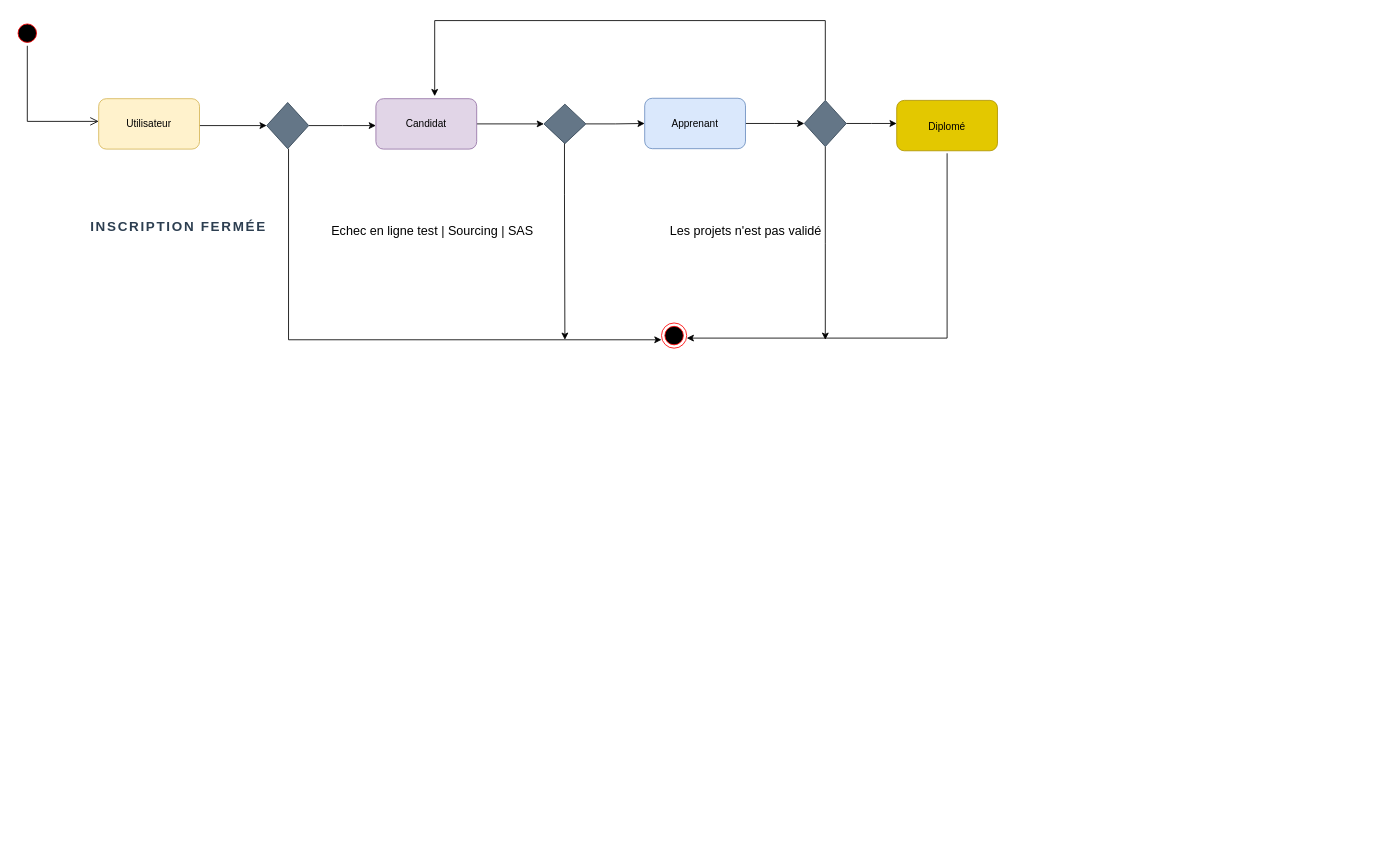
This is etat_transition/Digramme_etat_transition.drawio from devx-none/Youcode_system_UML, a draw.io file, before an edit. Source tidied: cells renumbered, new cells numbered last; positions are measured from the earlier drawing's top-left corner, leaving out a move shared by most shapes. Both pictures are drawn from the tidied source at 84%, with x=0, y=0 at pixel (14, 20).
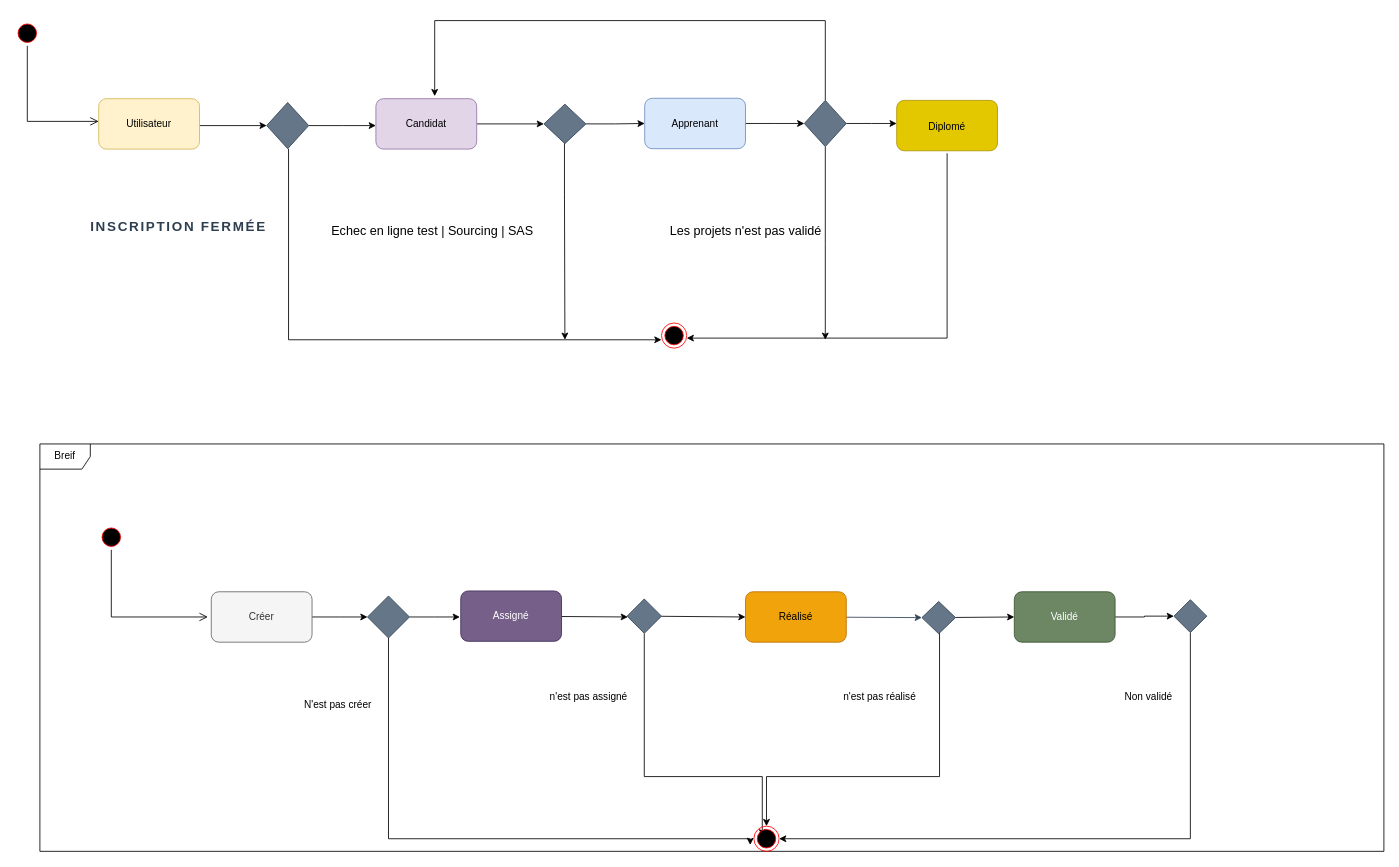
After the change.

Commit message (it also covers changes not shown here):
update etat transition

Diff of the diagram source:
```diff
@@
+    <mxCell id="26" value="Breif" style="shape=umlFrame;whiteSpace=wrap;html=1;" parent="1" vertex="1">
+      <mxGeometry x="30" y="504" width="1600" height="485" as="geometry" />
+    </mxCell>
+    <mxCell id="27" style="ellipse;html=1;shape=startState;fillColor=#000000;strokeColor=#ff0000;" parent="1" vertex="1">
+      <mxGeometry x="100" y="600" width="30" height="30" as="geometry" />
+    </mxCell>
+    <mxCell id="28" style="edgeStyle=orthogonalEdgeStyle;html=1;verticalAlign=bottom;endArrow=open;endSize=8;strokeColor=#000000;rounded=0;" parent="1" edge="1" source="27">
+      <mxGeometry relative="1" as="geometry">
+        <mxPoint x="230" y="710" as="targetPoint" />
+        <Array as="points">
+          <mxPoint x="115" y="710" />
+        </Array>
+      </mxGeometry>
+    </mxCell>
+    <mxCell id="29" style="edgeStyle=orthogonalEdgeStyle;rounded=0;jettySize=auto;html=1;strokeColor=#000000;" parent="1" edge="1" source="30">
+      <mxGeometry relative="1" as="geometry">
+        <mxPoint x="420" y="710" as="targetPoint" />
+      </mxGeometry>
+    </mxCell>
+    <mxCell id="30" value="Créer" style="rounded=1;whiteSpace=wrap;html=1;fillColor=#f5f5f5;fontColor=#333333;strokeColor=#666666;" parent="1" vertex="1">
+      <mxGeometry x="234" y="680" width="120" height="60" as="geometry" />
+    </mxCell>
+    <mxCell id="31" style="edgeStyle=orthogonalEdgeStyle;rounded=0;jettySize=auto;html=1;strokeColor=#000000;" parent="1" edge="1" source="33">
+      <mxGeometry relative="1" as="geometry">
+        <mxPoint x="530" y="710" as="targetPoint" />
+      </mxGeometry>
+    </mxCell>
+    <mxCell id="32" style="edgeStyle=orthogonalEdgeStyle;rounded=0;jettySize=auto;html=1;strokeColor=#000000;entryX=-0.147;entryY=0.747;entryDx=0;entryDy=0;entryPerimeter=0;" parent="1" edge="1" source="33" target="46">
+      <mxGeometry relative="1" as="geometry">
+        <Array as="points">
+          <mxPoint x="445" y="974" />
+          <mxPoint x="876" y="974" />
+        </Array>
+      </mxGeometry>
+    </mxCell>
+    <mxCell id="33" style="rhombus;whiteSpace=wrap;html=1;fillColor=#647687;fontColor=#ffffff;strokeColor=#314354;" parent="1" vertex="1">
+      <mxGeometry x="420" y="685" width="50" height="50" as="geometry" />
+    </mxCell>
+    <mxCell id="34" style="edgeStyle=none;rounded=0;jettySize=auto;html=1;strokeColor=#000000;" parent="1" edge="1" source="35">
+      <mxGeometry relative="1" as="geometry">
+        <mxPoint x="730" y="710" as="targetPoint" />
+      </mxGeometry>
+    </mxCell>
+    <mxCell id="35" value="Assigné" style="rounded=1;whiteSpace=wrap;html=1;fillColor=#76608a;fontColor=#ffffff;strokeColor=#432D57;" parent="1" vertex="1">
+      <mxGeometry x="531" y="679" width="120" height="60" as="geometry" />
+    </mxCell>
+    <mxCell id="36" style="edgeStyle=none;rounded=0;jettySize=auto;html=1;entryX=0;entryY=0.5;entryDx=0;entryDy=0;strokeColor=#000000;" parent="1" edge="1" source="38" target="40">
+      <mxGeometry relative="1" as="geometry" />
+    </mxCell>
+    <mxCell id="37" style="edgeStyle=orthogonalEdgeStyle;rounded=0;jettySize=auto;html=1;entryX=0.333;entryY=0.407;entryDx=0;entryDy=0;strokeColor=#000000;exitX=0.5;exitY=1;exitDx=0;exitDy=0;entryPerimeter=0;" parent="1" edge="1" source="38" target="46">
+      <mxGeometry relative="1" as="geometry">
+        <Array as="points">
+          <mxPoint x="750" y="900" />
+          <mxPoint x="890" y="900" />
+        </Array>
+      </mxGeometry>
+    </mxCell>
+    <mxCell id="38" style="rhombus;whiteSpace=wrap;html=1;fillColor=#647687;fontColor=#ffffff;strokeColor=#314354;" parent="1" vertex="1">
+      <mxGeometry x="729" y="688.5" width="41" height="41" as="geometry" />
+    </mxCell>
+    <mxCell id="39" style="edgeStyle=none;rounded=0;jettySize=auto;html=1;entryX=0;entryY=0.5;entryDx=0;entryDy=0;strokeColor=#314354;fillColor=#647687;" parent="1" edge="1" source="40" target="43">
+      <mxGeometry relative="1" as="geometry" />
+    </mxCell>
+    <mxCell id="40" value="Réalisé" style="rounded=1;whiteSpace=wrap;html=1;fillColor=#f0a30a;fontColor=#000000;strokeColor=#BD7000;" parent="1" vertex="1">
+      <mxGeometry x="870" y="680" width="120" height="60" as="geometry" />
+    </mxCell>
+    <mxCell id="41" style="edgeStyle=none;rounded=0;jettySize=auto;html=1;entryX=0;entryY=0.5;entryDx=0;entryDy=0;strokeColor=#000000;" parent="1" edge="1" source="43" target="45">
+      <mxGeometry relative="1" as="geometry" />
+    </mxCell>
+    <mxCell id="42" style="edgeStyle=orthogonalEdgeStyle;rounded=0;jettySize=auto;html=1;entryX=0.5;entryY=0;entryDx=0;entryDy=0;strokeColor=#000000;" parent="1" edge="1" target="46">
+      <mxGeometry relative="1" as="geometry">
+        <mxPoint x="1101" y="728.1" as="sourcePoint" />
+        <Array as="points">
+          <mxPoint x="1101" y="900" />
+          <mxPoint x="895" y="900" />
+        </Array>
+      </mxGeometry>
+    </mxCell>
+    <mxCell id="43" style="rhombus;whiteSpace=wrap;html=1;fillColor=#647687;fontColor=#ffffff;strokeColor=#314354;" parent="1" vertex="1">
+      <mxGeometry x="1080" y="691.5" width="40" height="38.5" as="geometry" />
+    </mxCell>
+    <mxCell id="44" style="edgeStyle=orthogonalEdgeStyle;rounded=0;jettySize=auto;html=1;strokeColor=#000000;" parent="1" edge="1" source="45" target="51">
+      <mxGeometry relative="1" as="geometry" />
+    </mxCell>
+    <mxCell id="45" value="Validé" style="rounded=1;whiteSpace=wrap;html=1;fillColor=#6d8764;fontColor=#ffffff;strokeColor=#3A5431;" parent="1" vertex="1">
+      <mxGeometry x="1190" y="680" width="120" height="60" as="geometry" />
+    </mxCell>
+    <mxCell id="46" style="ellipse;html=1;shape=endState;fillColor=#000000;strokeColor=#ff0000;" parent="1" vertex="1">
+      <mxGeometry x="880" y="959" width="30" height="30" as="geometry" />
+    </mxCell>
+    <mxCell id="47" value="N'est pas créer" style="text;html=1;strokeColor=none;fillColor=none;align=center;verticalAlign=middle;whiteSpace=wrap;rounded=0;" parent="1" vertex="1">
+      <mxGeometry x="340" y="800" width="90" height="30" as="geometry" />
+    </mxCell>
+    <mxCell id="48" value="n'est pas assigné" style="text;html=1;strokeColor=none;fillColor=none;align=center;verticalAlign=middle;whiteSpace=wrap;rounded=0;" parent="1" vertex="1">
+      <mxGeometry x="627" y="790" width="113" height="30" as="geometry" />
+    </mxCell>
+    <mxCell id="49" value="n'est pas réalisé" style="text;html=1;strokeColor=none;fillColor=none;align=center;verticalAlign=middle;whiteSpace=wrap;rounded=0;" parent="1" vertex="1">
+      <mxGeometry x="980" y="790" width="100" height="30" as="geometry" />
+    </mxCell>
+    <mxCell id="50" style="edgeStyle=orthogonalEdgeStyle;rounded=0;jettySize=auto;html=1;strokeColor=#000000;entryX=1;entryY=0.5;entryDx=0;entryDy=0;" parent="1" edge="1" source="51" target="46">
+      <mxGeometry relative="1" as="geometry">
+        <Array as="points">
+          <mxPoint x="1400" y="974" />
+        </Array>
+      </mxGeometry>
+    </mxCell>
+    <mxCell id="51" style="rhombus;whiteSpace=wrap;html=1;fillColor=#647687;fontColor=#ffffff;strokeColor=#314354;" parent="1" vertex="1">
+      <mxGeometry x="1380" y="689.4" width="39.2" height="39.2" as="geometry" />
+    </mxCell>
+    <mxCell id="52" value="Non validé" style="text;html=1;strokeColor=none;fillColor=none;align=center;verticalAlign=middle;whiteSpace=wrap;rounded=0;" parent="1" vertex="1">
+      <mxGeometry x="1320" y="790" width="60" height="30" as="geometry" />
+    </mxCell>
```
